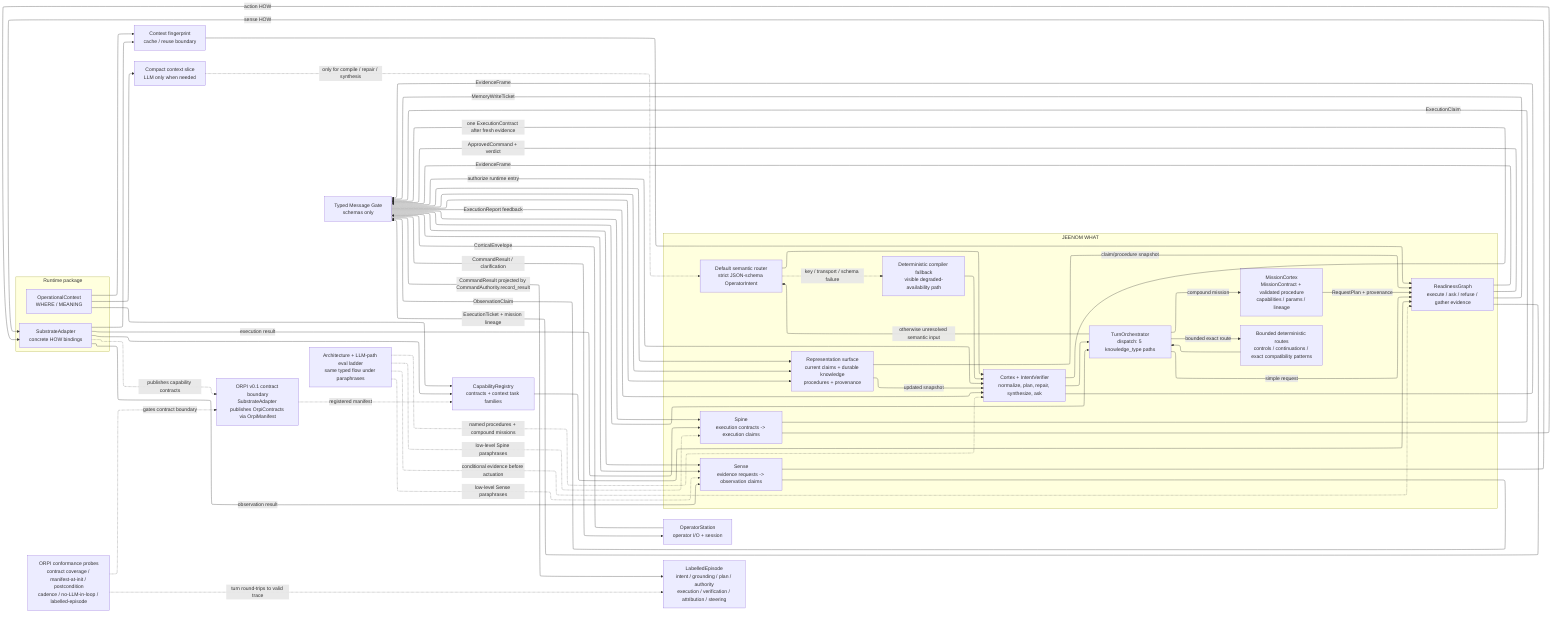
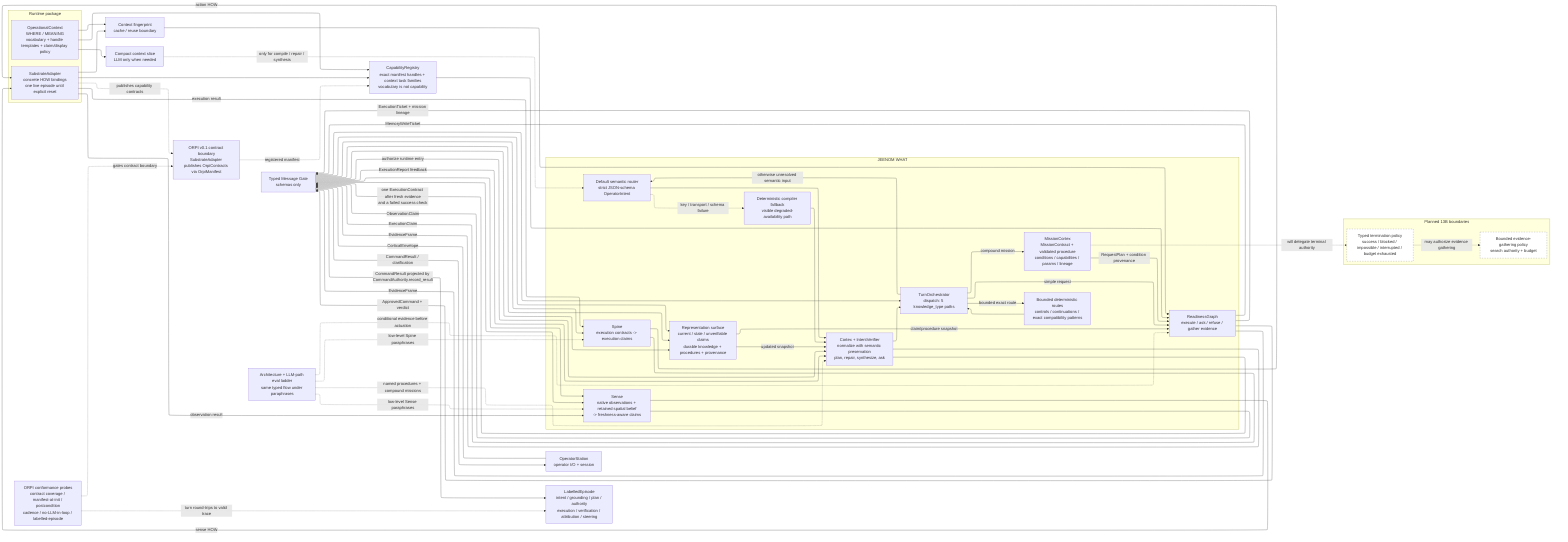
---
config:
  layout: elk
---
%% High-level architecture overview.
%% Roadmap status lives only in task_plan.md; flow_of_control.mmd has the detailed turn flow.
+ %% Decision history and completed phase detail also live in task_plan.md.
flowchart LR

  OP["OperatorStation<br>operator I/O + session"]
  MSG["Typed Message Gate<br>schemas only"]

  subgraph RUN["Runtime package"]
-     CTX["OperationalContext<br>WHERE / MEANING"]
-     SUB["SubstrateAdapter<br>concrete HOW bindings"]
+     CTX["OperationalContext<br>WHERE / MEANING<br>vocabulary + handle templates + claim/display policy"]
+     SUB["SubstrateAdapter<br>concrete HOW bindings<br>one live episode until explicit reset"]
  end

-   REG["CapabilityRegistry<br>contracts + context task families"]
+   REG["CapabilityRegistry<br>exact manifest handles + context task families<br>vocabulary is not capability"]
  FP["Context fingerprint<br>cache / reuse boundary"]
  SLICE["Compact context slice<br>LLM only when needed"]
  TEST["Architecture + LLM-path eval ladder<br>same typed flow under paraphrases"]
  ORPI["ORPI v0.1 contract boundary<br>SubstrateAdapter publishes OrpiContracts via OrpiManifest"]
  EP["LabelledEpisode<br>intent / grounding / plan / authority<br>execution / verification / attribution / steering"]
  CONF["ORPI conformance probes<br>contract coverage / manifest-at-init / postcondition<br>cadence / no-LLM-in-loop / labelled-episode"]

  subgraph ARCH["JEENOM WHAT"]
    TO["TurnOrchestrator<br>dispatch: 5 knowledge_type paths"]
    IC["Bounded deterministic routes<br>controls / continuations / exact compatibility patterns"]
    LLM["Default semantic router<br>strict JSON-schema OperatorIntent"]
    FB["Deterministic compiler fallback<br>visible degraded-availability path"]
-     CX["Cortex + IntentVerifier<br>normalize, plan, repair, synthesize, ask"]
-     MC["MissionCortex<br>MissionContract + validated procedure<br>capabilities / params / lineage"]
+     CX["Cortex + IntentVerifier<br>normalize with semantic preservation<br>plan, repair, synthesize, ask"]
+     MC["MissionCortex<br>MissionContract + validated procedure<br>conditions / capabilities / params / lineage"]
    RG["ReadinessGraph<br>execute / ask / refuse / gather evidence"]
-     REP["Representation surface<br>current claims + durable knowledge<br>procedures + provenance"]
-     SE["Sense<br>evidence requests -> observation claims"]
+     REP["Representation surface<br>current / stale / unverifiable claims<br>durable knowledge + procedures + provenance"]
+     SE["Sense<br>native observations + retained spatial belief<br>-> freshness-aware claims"]
    SP["Spine<br>execution contracts -> execution claims"]
+   end
+ 
+   subgraph FUTURE["Planned 13B boundaries"]
+     POLICY["Typed termination policy<br>success / blocked / impossible / interrupted / budget exhausted"]
+     SEARCH["Bounded evidence-gathering policy<br>search authority + budget"]
  end

  CTX --> REG
  SUB --> REG
  CTX --> FP
  SUB --> FP
  CTX --> SLICE

  OP -->|CorticalEnvelope| MSG
  MSG --> TO
  TO -->|bounded exact route| IC --> TO
  TO -->|otherwise unresolved semantic input| LLM --> CX --> TO
  LLM -. "key / transport / schema failure" .-> FB --> CX
  SLICE -. "only for compile / repair / synthesis" .-> LLM
  TO -->|compound mission| MC
  TO -->|simple request| RG
-   MC -->|RequestPlan + provenance| RG
+   MC -->|RequestPlan + condition provenance| RG
  REG --> RG
  FP --> RG
  REP -->|claim/procedure snapshot| RG
  RG -->|ApprovedCommand + verdict| MSG
  MSG -->|CommandResult / clarification| OP

  RG -->|EvidenceFrame| MSG
  MSG --> SE
  SE -->|sense HOW| SUB
  SUB -->|observation result| SE
  SE -->|ObservationClaim| MSG
  MSG --> REP

  RG -->|ExecutionTicket + mission lineage| MSG
  MSG -->|authorize runtime entry| CX
  CX -->|EvidenceFrame| MSG
  MSG --> SE
-   CX -->|one ExecutionContract after fresh evidence| MSG
+   CX -->|one ExecutionContract after fresh evidence<br>and a failed success check| MSG
  MSG --> SP
  SP -->|action HOW| SUB
  SUB -->|execution result| SP
  SP -->|ExecutionClaim| MSG
  MSG -->|ExecutionReport feedback| CX
  MSG --> REP

  RG -->|MemoryWriteTicket| MSG
  MSG --> REP

  REP -->|updated snapshot| CX
+   MC -. "will delegate terminal authority" .-> POLICY
+   POLICY -. "may authorize evidence gathering" .-> SEARCH

  TEST -. "low-level Sense paraphrases" .-> SE
  TEST -. "low-level Spine paraphrases" .-> SP
  TEST -. "named procedures + compound missions" .-> CX
  TEST -. "conditional evidence before actuation" .-> RG

  SUB -. "publishes capability contracts" .-> ORPI
  ORPI -. "registered manifest" .-> REG
  MSG -->|CommandResult projected by CommandAuthority.record_result| EP
  CONF -. "gates contract boundary" .-> ORPI
  CONF -. "turn round-trips to valid trace" .-> EP
+ 
+   classDef future stroke-dasharray: 5 5,fill:#fff,stroke:#777,color:#333
+   class POLICY,SEARCH future
